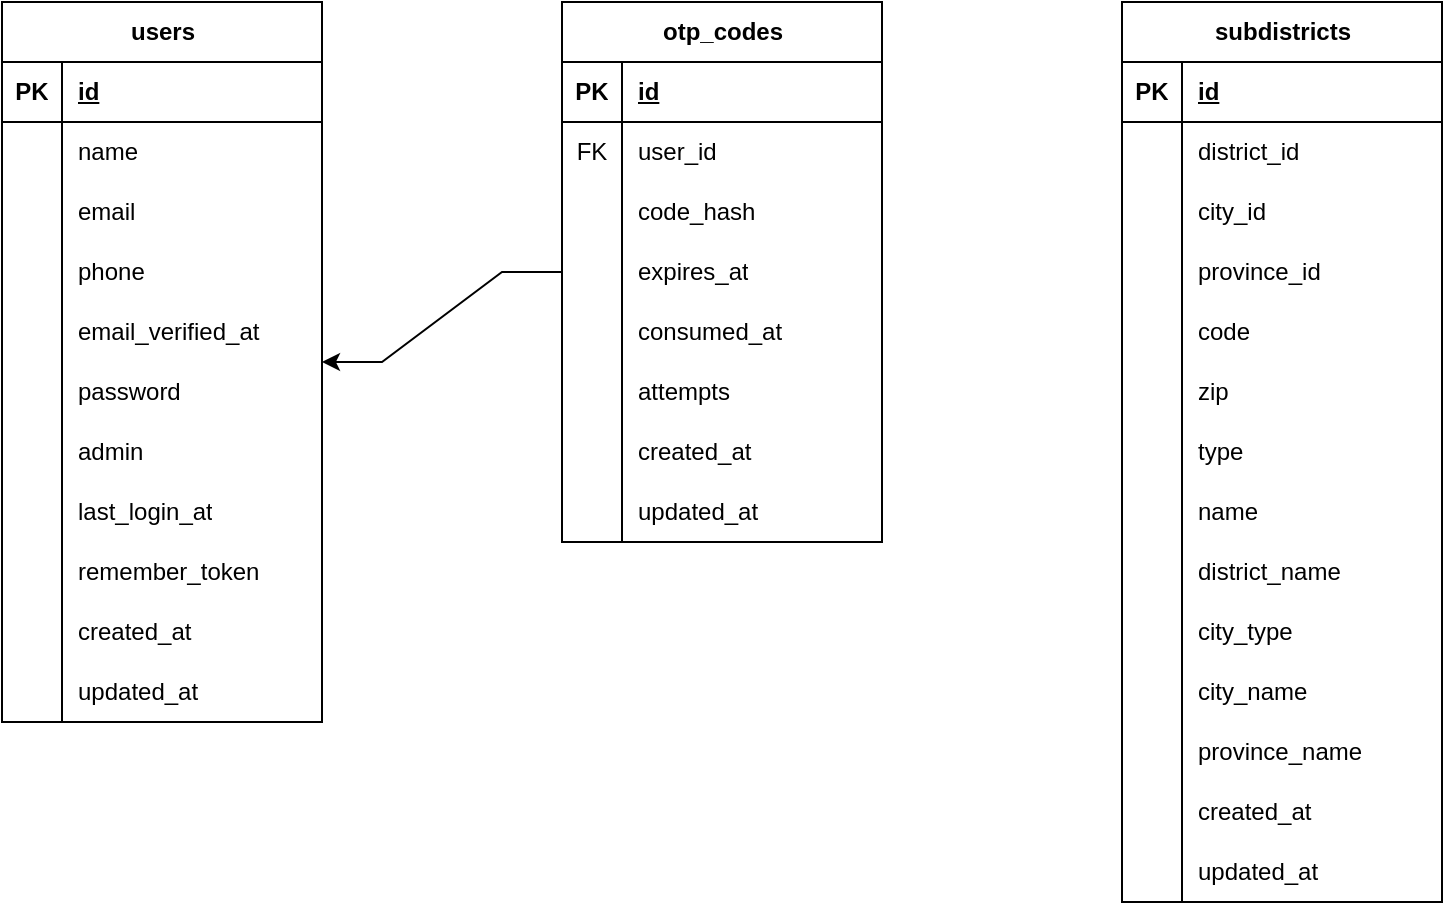
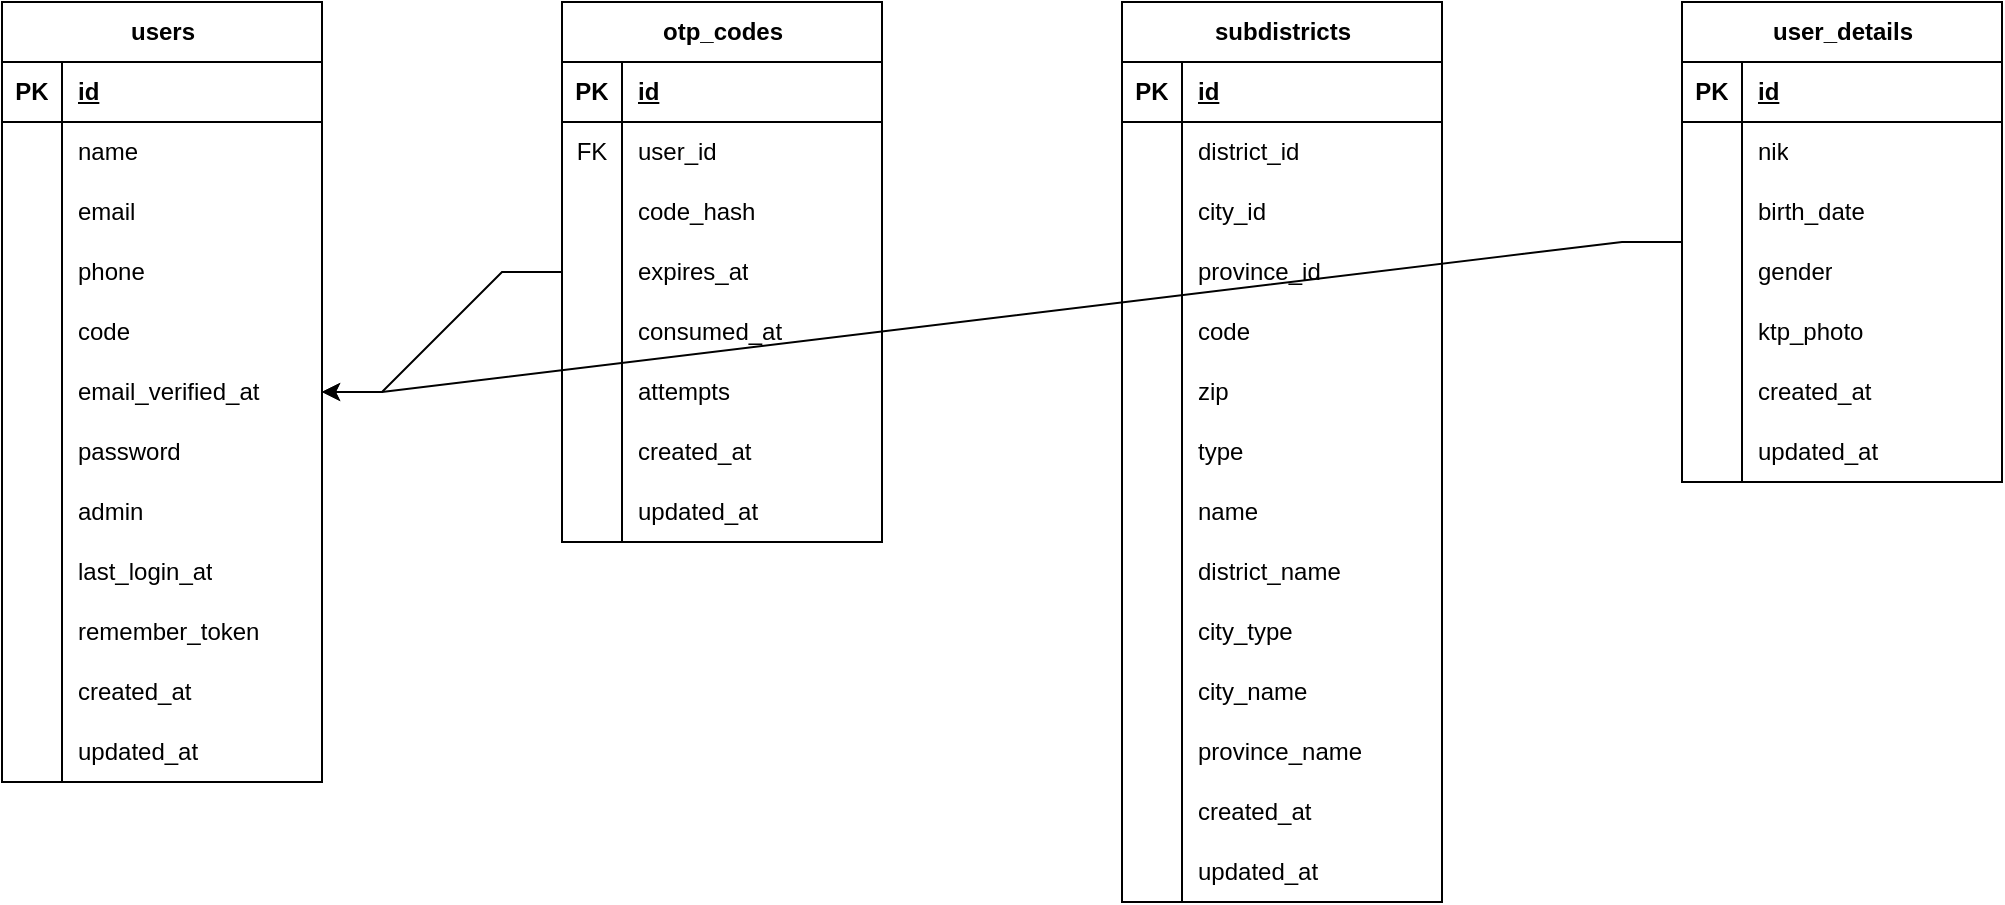
<mxfile host="app.diagrams.net">
  <diagram name="Page-1" id="nexa-database-actual">
    <mxGraphModel dx="3049" dy="1621" grid="1" gridSize="10" guides="1" tooltips="1" connect="1" arrows="1" fold="1" page="1" pageScale="1" pageWidth="1169" pageHeight="827" math="0" shadow="0">
      <root>
        <mxCell id="0" />
        <mxCell id="1" parent="0" />

        <mxCell id="U0" value="users" style="shape=table;startSize=30;container=1;collapsible=1;childLayout=tableLayout;fixedRows=1;rowLines=0;fontStyle=1;align=center;resizeLast=1;html=1;rounded=0;" parent="1" vertex="1">
-           <mxGeometry x="40" y="40" width="160" height="360" as="geometry" />
+           <mxGeometry x="40" y="40" width="160" height="390" as="geometry" />
        </mxCell>
        <mxCell id="U-r1" value="" style="shape=tableRow;horizontal=0;startSize=0;swimlaneHead=0;swimlaneBody=0;fillColor=none;collapsible=0;dropTarget=0;points=[[0,0.5],[1,0.5]];portConstraint=eastwest;top=0;left=0;right=0;bottom=1;rounded=0;" parent="U0" vertex="1">
          <mxGeometry y="30" width="160" height="30" as="geometry" />
        </mxCell>
        <mxCell id="U-r1-k" value="PK" style="shape=partialRectangle;connectable=0;fillColor=none;top=0;left=0;bottom=0;right=0;fontStyle=1;overflow=hidden;whiteSpace=wrap;html=1;rounded=0;" parent="U-r1" vertex="1">
          <mxGeometry width="30" height="30" as="geometry">
            <mxRectangle width="30" height="30" as="alternateBounds" />
          </mxGeometry>
        </mxCell>
        <mxCell id="U-r1-f" value="id" style="shape=partialRectangle;connectable=0;fillColor=none;top=0;left=0;bottom=0;right=0;align=left;spacingLeft=6;fontStyle=5;overflow=hidden;whiteSpace=wrap;html=1;rounded=0;" parent="U-r1" vertex="1">
          <mxGeometry x="30" width="130" height="30" as="geometry">
            <mxRectangle width="130" height="30" as="alternateBounds" />
          </mxGeometry>
        </mxCell>

        <mxCell id="U-r2" value="" style="shape=tableRow;horizontal=0;startSize=0;swimlaneHead=0;swimlaneBody=0;fillColor=none;collapsible=0;dropTarget=0;points=[[0,0.5],[1,0.5]];portConstraint=eastwest;top=0;left=0;right=0;bottom=0;rounded=0;" parent="U0" vertex="1">
          <mxGeometry y="60" width="160" height="30" as="geometry" />
        </mxCell>
        <mxCell id="U-r2-k" value="" style="shape=partialRectangle;connectable=0;fillColor=none;top=0;left=0;bottom=0;right=0;editable=1;overflow=hidden;whiteSpace=wrap;html=1;rounded=0;" parent="U-r2" vertex="1">
          <mxGeometry width="30" height="30" as="geometry">
            <mxRectangle width="30" height="30" as="alternateBounds" />
          </mxGeometry>
        </mxCell>
        <mxCell id="U-r2-f" value="name" style="shape=partialRectangle;connectable=0;fillColor=none;top=0;left=0;bottom=0;right=0;align=left;spacingLeft=6;overflow=hidden;whiteSpace=wrap;html=1;rounded=0;" parent="U-r2" vertex="1">
          <mxGeometry x="30" width="130" height="30" as="geometry">
            <mxRectangle width="130" height="30" as="alternateBounds" />
          </mxGeometry>
        </mxCell>

        <mxCell id="U-r3" value="" style="shape=tableRow;horizontal=0;startSize=0;swimlaneHead=0;swimlaneBody=0;fillColor=none;collapsible=0;dropTarget=0;points=[[0,0.5],[1,0.5]];portConstraint=eastwest;top=0;left=0;right=0;bottom=0;rounded=0;" parent="U0" vertex="1">
          <mxGeometry y="90" width="160" height="30" as="geometry" />
        </mxCell>
        <mxCell id="U-r3-k" value="" style="shape=partialRectangle;connectable=0;fillColor=none;top=0;left=0;bottom=0;right=0;editable=1;overflow=hidden;whiteSpace=wrap;html=1;rounded=0;" parent="U-r3" vertex="1">
          <mxGeometry width="30" height="30" as="geometry">
            <mxRectangle width="30" height="30" as="alternateBounds" />
          </mxGeometry>
        </mxCell>
        <mxCell id="U-r3-f" value="email" style="shape=partialRectangle;connectable=0;fillColor=none;top=0;left=0;bottom=0;right=0;align=left;spacingLeft=6;overflow=hidden;whiteSpace=wrap;html=1;rounded=0;" parent="U-r3" vertex="1">
          <mxGeometry x="30" width="130" height="30" as="geometry">
            <mxRectangle width="130" height="30" as="alternateBounds" />
          </mxGeometry>
        </mxCell>

        <mxCell id="U-r4" value="" style="shape=tableRow;horizontal=0;startSize=0;swimlaneHead=0;swimlaneBody=0;fillColor=none;collapsible=0;dropTarget=0;points=[[0,0.5],[1,0.5]];portConstraint=eastwest;top=0;left=0;right=0;bottom=0;rounded=0;" parent="U0" vertex="1">
          <mxGeometry y="120" width="160" height="30" as="geometry" />
        </mxCell>
        <mxCell id="U-r4-k" value="" style="shape=partialRectangle;connectable=0;fillColor=none;top=0;left=0;bottom=0;right=0;editable=1;overflow=hidden;whiteSpace=wrap;html=1;rounded=0;" parent="U-r4" vertex="1">
          <mxGeometry width="30" height="30" as="geometry">
            <mxRectangle width="30" height="30" as="alternateBounds" />
          </mxGeometry>
        </mxCell>
        <mxCell id="U-r4-f" value="phone" style="shape=partialRectangle;connectable=0;fillColor=none;top=0;left=0;bottom=0;right=0;align=left;spacingLeft=6;overflow=hidden;whiteSpace=wrap;html=1;rounded=0;" parent="U-r4" vertex="1">
          <mxGeometry x="30" width="130" height="30" as="geometry">
            <mxRectangle width="130" height="30" as="alternateBounds" />
          </mxGeometry>
        </mxCell>

-         <mxCell id="U-r5" value="" style="shape=tableRow;horizontal=0;startSize=0;swimlaneHead=0;swimlaneBody=0;fillColor=none;collapsible=0;dropTarget=0;points=[[0,0.5],[1,0.5]];portConstraint=eastwest;top=0;left=0;right=0;bottom=0;rounded=0;" parent="U0" vertex="1">
+                 <mxCell id="U-r5" value="" style="shape=tableRow;horizontal=0;startSize=0;swimlaneHead=0;swimlaneBody=0;fillColor=none;collapsible=0;dropTarget=0;points=[[0,0.5],[1,0.5]];portConstraint=eastwest;top=0;left=0;right=0;bottom=0;rounded=0;" parent="U0" vertex="1">
          <mxGeometry y="150" width="160" height="30" as="geometry" />
        </mxCell>
        <mxCell id="U-r5-k" value="" style="shape=partialRectangle;connectable=0;fillColor=none;top=0;left=0;bottom=0;right=0;editable=1;overflow=hidden;whiteSpace=wrap;html=1;rounded=0;" parent="U-r5" vertex="1">
          <mxGeometry width="30" height="30" as="geometry">
            <mxRectangle width="30" height="30" as="alternateBounds" />
          </mxGeometry>
        </mxCell>
-         <mxCell id="U-r5-f" value="email_verified_at" style="shape=partialRectangle;connectable=0;fillColor=none;top=0;left=0;bottom=0;right=0;align=left;spacingLeft=6;overflow=hidden;whiteSpace=wrap;html=1;rounded=0;" parent="U-r5" vertex="1">
+         <mxCell id="U-r5-f" value="code" style="shape=partialRectangle;connectable=0;fillColor=none;top=0;left=0;bottom=0;right=0;align=left;spacingLeft=6;overflow=hidden;whiteSpace=wrap;html=1;rounded=0;" parent="U-r5" vertex="1">
          <mxGeometry x="30" width="130" height="30" as="geometry">
            <mxRectangle width="130" height="30" as="alternateBounds" />
          </mxGeometry>
        </mxCell>

        <mxCell id="U-r6" value="" style="shape=tableRow;horizontal=0;startSize=0;swimlaneHead=0;swimlaneBody=0;fillColor=none;collapsible=0;dropTarget=0;points=[[0,0.5],[1,0.5]];portConstraint=eastwest;top=0;left=0;right=0;bottom=0;rounded=0;" parent="U0" vertex="1">
          <mxGeometry y="180" width="160" height="30" as="geometry" />
        </mxCell>
        <mxCell id="U-r6-k" value="" style="shape=partialRectangle;connectable=0;fillColor=none;top=0;left=0;bottom=0;right=0;editable=1;overflow=hidden;whiteSpace=wrap;html=1;rounded=0;" parent="U-r6" vertex="1">
          <mxGeometry width="30" height="30" as="geometry">
            <mxRectangle width="30" height="30" as="alternateBounds" />
          </mxGeometry>
        </mxCell>
-         <mxCell id="U-r6-f" value="password" style="shape=partialRectangle;connectable=0;fillColor=none;top=0;left=0;bottom=0;right=0;align=left;spacingLeft=6;overflow=hidden;whiteSpace=wrap;html=1;rounded=0;" parent="U-r6" vertex="1">
+         <mxCell id="U-r6-f" value="email_verified_at" style="shape=partialRectangle;connectable=0;fillColor=none;top=0;left=0;bottom=0;right=0;align=left;spacingLeft=6;overflow=hidden;whiteSpace=wrap;html=1;rounded=0;" parent="U-r6" vertex="1">
          <mxGeometry x="30" width="130" height="30" as="geometry">
            <mxRectangle width="130" height="30" as="alternateBounds" />
          </mxGeometry>
        </mxCell>

        <mxCell id="U-r7" value="" style="shape=tableRow;horizontal=0;startSize=0;swimlaneHead=0;swimlaneBody=0;fillColor=none;collapsible=0;dropTarget=0;points=[[0,0.5],[1,0.5]];portConstraint=eastwest;top=0;left=0;right=0;bottom=0;rounded=0;" parent="U0" vertex="1">
          <mxGeometry y="210" width="160" height="30" as="geometry" />
        </mxCell>
        <mxCell id="U-r7-k" value="" style="shape=partialRectangle;connectable=0;fillColor=none;top=0;left=0;bottom=0;right=0;editable=1;overflow=hidden;whiteSpace=wrap;html=1;rounded=0;" parent="U-r7" vertex="1">
          <mxGeometry width="30" height="30" as="geometry">
            <mxRectangle width="30" height="30" as="alternateBounds" />
          </mxGeometry>
        </mxCell>
-         <mxCell id="U-r7-f" value="admin" style="shape=partialRectangle;connectable=0;fillColor=none;top=0;left=0;bottom=0;right=0;align=left;spacingLeft=6;overflow=hidden;whiteSpace=wrap;html=1;rounded=0;" parent="U-r7" vertex="1">
+         <mxCell id="U-r7-f" value="password" style="shape=partialRectangle;connectable=0;fillColor=none;top=0;left=0;bottom=0;right=0;align=left;spacingLeft=6;overflow=hidden;whiteSpace=wrap;html=1;rounded=0;" parent="U-r7" vertex="1">
          <mxGeometry x="30" width="130" height="30" as="geometry">
            <mxRectangle width="130" height="30" as="alternateBounds" />
          </mxGeometry>
        </mxCell>

        <mxCell id="U-r8" value="" style="shape=tableRow;horizontal=0;startSize=0;swimlaneHead=0;swimlaneBody=0;fillColor=none;collapsible=0;dropTarget=0;points=[[0,0.5],[1,0.5]];portConstraint=eastwest;top=0;left=0;right=0;bottom=0;rounded=0;" parent="U0" vertex="1">
          <mxGeometry y="240" width="160" height="30" as="geometry" />
        </mxCell>
        <mxCell id="U-r8-k" value="" style="shape=partialRectangle;connectable=0;fillColor=none;top=0;left=0;bottom=0;right=0;editable=1;overflow=hidden;whiteSpace=wrap;html=1;rounded=0;" parent="U-r8" vertex="1">
          <mxGeometry width="30" height="30" as="geometry">
            <mxRectangle width="30" height="30" as="alternateBounds" />
          </mxGeometry>
        </mxCell>
-         <mxCell id="U-r8-f" value="last_login_at" style="shape=partialRectangle;connectable=0;fillColor=none;top=0;left=0;bottom=0;right=0;align=left;spacingLeft=6;overflow=hidden;whiteSpace=wrap;html=1;rounded=0;" parent="U-r8" vertex="1">
+         <mxCell id="U-r8-f" value="admin" style="shape=partialRectangle;connectable=0;fillColor=none;top=0;left=0;bottom=0;right=0;align=left;spacingLeft=6;overflow=hidden;whiteSpace=wrap;html=1;rounded=0;" parent="U-r8" vertex="1">
          <mxGeometry x="30" width="130" height="30" as="geometry">
            <mxRectangle width="130" height="30" as="alternateBounds" />
          </mxGeometry>
        </mxCell>

        <mxCell id="U-r9" value="" style="shape=tableRow;horizontal=0;startSize=0;swimlaneHead=0;swimlaneBody=0;fillColor=none;collapsible=0;dropTarget=0;points=[[0,0.5],[1,0.5]];portConstraint=eastwest;top=0;left=0;right=0;bottom=0;rounded=0;" parent="U0" vertex="1">
          <mxGeometry y="270" width="160" height="30" as="geometry" />
        </mxCell>
        <mxCell id="U-r9-k" value="" style="shape=partialRectangle;connectable=0;fillColor=none;top=0;left=0;bottom=0;right=0;editable=1;overflow=hidden;whiteSpace=wrap;html=1;rounded=0;" parent="U-r9" vertex="1">
          <mxGeometry width="30" height="30" as="geometry">
            <mxRectangle width="30" height="30" as="alternateBounds" />
          </mxGeometry>
        </mxCell>
-         <mxCell id="U-r9-f" value="remember_token" style="shape=partialRectangle;connectable=0;fillColor=none;top=0;left=0;bottom=0;right=0;align=left;spacingLeft=6;overflow=hidden;whiteSpace=wrap;html=1;rounded=0;" parent="U-r9" vertex="1">
+         <mxCell id="U-r9-f" value="last_login_at" style="shape=partialRectangle;connectable=0;fillColor=none;top=0;left=0;bottom=0;right=0;align=left;spacingLeft=6;overflow=hidden;whiteSpace=wrap;html=1;rounded=0;" parent="U-r9" vertex="1">
          <mxGeometry x="30" width="130" height="30" as="geometry">
            <mxRectangle width="130" height="30" as="alternateBounds" />
          </mxGeometry>
        </mxCell>

        <mxCell id="U-r10" value="" style="shape=tableRow;horizontal=0;startSize=0;swimlaneHead=0;swimlaneBody=0;fillColor=none;collapsible=0;dropTarget=0;points=[[0,0.5],[1,0.5]];portConstraint=eastwest;top=0;left=0;right=0;bottom=0;rounded=0;" parent="U0" vertex="1">
          <mxGeometry y="300" width="160" height="30" as="geometry" />
        </mxCell>
        <mxCell id="U-r10-k" value="" style="shape=partialRectangle;connectable=0;fillColor=none;top=0;left=0;bottom=0;right=0;editable=1;overflow=hidden;whiteSpace=wrap;html=1;rounded=0;" parent="U-r10" vertex="1">
          <mxGeometry width="30" height="30" as="geometry">
            <mxRectangle width="30" height="30" as="alternateBounds" />
          </mxGeometry>
        </mxCell>
-         <mxCell id="U-r10-f" value="created_at" style="shape=partialRectangle;connectable=0;fillColor=none;top=0;left=0;bottom=0;right=0;align=left;spacingLeft=6;overflow=hidden;whiteSpace=wrap;html=1;rounded=0;" parent="U-r10" vertex="1">
+         <mxCell id="U-r10-f" value="remember_token" style="shape=partialRectangle;connectable=0;fillColor=none;top=0;left=0;bottom=0;right=0;align=left;spacingLeft=6;overflow=hidden;whiteSpace=wrap;html=1;rounded=0;" parent="U-r10" vertex="1">
          <mxGeometry x="30" width="130" height="30" as="geometry">
            <mxRectangle width="130" height="30" as="alternateBounds" />
          </mxGeometry>
        </mxCell>

        <mxCell id="U-r11" value="" style="shape=tableRow;horizontal=0;startSize=0;swimlaneHead=0;swimlaneBody=0;fillColor=none;collapsible=0;dropTarget=0;points=[[0,0.5],[1,0.5]];portConstraint=eastwest;top=0;left=0;right=0;bottom=0;rounded=0;" parent="U0" vertex="1">
          <mxGeometry y="330" width="160" height="30" as="geometry" />
        </mxCell>
        <mxCell id="U-r11-k" value="" style="shape=partialRectangle;connectable=0;fillColor=none;top=0;left=0;bottom=0;right=0;editable=1;overflow=hidden;whiteSpace=wrap;html=1;rounded=0;" parent="U-r11" vertex="1">
          <mxGeometry width="30" height="30" as="geometry">
            <mxRectangle width="30" height="30" as="alternateBounds" />
          </mxGeometry>
        </mxCell>
-         <mxCell id="U-r11-f" value="updated_at" style="shape=partialRectangle;connectable=0;fillColor=none;top=0;left=0;bottom=0;right=0;align=left;spacingLeft=6;overflow=hidden;whiteSpace=wrap;html=1;rounded=0;" parent="U-r11" vertex="1">
+         <mxCell id="U-r11-f" value="created_at" style="shape=partialRectangle;connectable=0;fillColor=none;top=0;left=0;bottom=0;right=0;align=left;spacingLeft=6;overflow=hidden;whiteSpace=wrap;html=1;rounded=0;" parent="U-r11" vertex="1">
+           <mxGeometry x="30" width="130" height="30" as="geometry">
+             <mxRectangle width="130" height="30" as="alternateBounds" />
+           </mxGeometry>
+         </mxCell>
+ 
+         <mxCell id="U-r12" value="" style="shape=tableRow;horizontal=0;startSize=0;swimlaneHead=0;swimlaneBody=0;fillColor=none;collapsible=0;dropTarget=0;points=[[0,0.5],[1,0.5]];portConstraint=eastwest;top=0;left=0;right=0;bottom=0;rounded=0;" parent="U0" vertex="1">
+           <mxGeometry y="360" width="160" height="30" as="geometry" />
+         </mxCell>
+         <mxCell id="U-r12-k" value="" style="shape=partialRectangle;connectable=0;fillColor=none;top=0;left=0;bottom=0;right=0;editable=1;overflow=hidden;whiteSpace=wrap;html=1;rounded=0;" parent="U-r12" vertex="1">
+           <mxGeometry width="30" height="30" as="geometry">
+             <mxRectangle width="30" height="30" as="alternateBounds" />
+           </mxGeometry>
+         </mxCell>
+         <mxCell id="U-r12-f" value="updated_at" style="shape=partialRectangle;connectable=0;fillColor=none;top=0;left=0;bottom=0;right=0;align=left;spacingLeft=6;overflow=hidden;whiteSpace=wrap;html=1;rounded=0;" parent="U-r12" vertex="1">
          <mxGeometry x="30" width="130" height="30" as="geometry">
            <mxRectangle width="130" height="30" as="alternateBounds" />
          </mxGeometry>
        </mxCell>

        <mxCell id="O0" value="otp_codes" style="shape=table;startSize=30;container=1;collapsible=1;childLayout=tableLayout;fixedRows=1;rowLines=0;fontStyle=1;align=center;resizeLast=1;html=1;rounded=0;" parent="1" vertex="1">
          <mxGeometry x="320" y="40" width="160" height="270" as="geometry" />
        </mxCell>
        <mxCell id="O-r1" value="" style="shape=tableRow;horizontal=0;startSize=0;swimlaneHead=0;swimlaneBody=0;fillColor=none;collapsible=0;dropTarget=0;points=[[0,0.5],[1,0.5]];portConstraint=eastwest;top=0;left=0;right=0;bottom=1;rounded=0;" parent="O0" vertex="1">
          <mxGeometry y="30" width="160" height="30" as="geometry" />
        </mxCell>
        <mxCell id="O-r1-k" value="PK" style="shape=partialRectangle;connectable=0;fillColor=none;top=0;left=0;bottom=0;right=0;fontStyle=1;overflow=hidden;whiteSpace=wrap;html=1;rounded=0;" parent="O-r1" vertex="1">
          <mxGeometry width="30" height="30" as="geometry">
            <mxRectangle width="30" height="30" as="alternateBounds" />
          </mxGeometry>
        </mxCell>
        <mxCell id="O-r1-f" value="id" style="shape=partialRectangle;connectable=0;fillColor=none;top=0;left=0;bottom=0;right=0;align=left;spacingLeft=6;fontStyle=5;overflow=hidden;whiteSpace=wrap;html=1;rounded=0;" parent="O-r1" vertex="1">
          <mxGeometry x="30" width="130" height="30" as="geometry">
            <mxRectangle width="130" height="30" as="alternateBounds" />
          </mxGeometry>
        </mxCell>

        <mxCell id="O-r2" value="" style="shape=tableRow;horizontal=0;startSize=0;swimlaneHead=0;swimlaneBody=0;fillColor=none;collapsible=0;dropTarget=0;points=[[0,0.5],[1,0.5]];portConstraint=eastwest;top=0;left=0;right=0;bottom=0;rounded=0;" parent="O0" vertex="1">
          <mxGeometry y="60" width="160" height="30" as="geometry" />
        </mxCell>
        <mxCell id="O-r2-k" value="FK" style="shape=partialRectangle;connectable=0;fillColor=none;top=0;left=0;bottom=0;right=0;editable=1;overflow=hidden;whiteSpace=wrap;html=1;rounded=0;" parent="O-r2" vertex="1">
          <mxGeometry width="30" height="30" as="geometry">
            <mxRectangle width="30" height="30" as="alternateBounds" />
          </mxGeometry>
        </mxCell>
        <mxCell id="O-r2-f" value="user_id" style="shape=partialRectangle;connectable=0;fillColor=none;top=0;left=0;bottom=0;right=0;align=left;spacingLeft=6;overflow=hidden;whiteSpace=wrap;html=1;rounded=0;" parent="O-r2" vertex="1">
          <mxGeometry x="30" width="130" height="30" as="geometry">
            <mxRectangle width="130" height="30" as="alternateBounds" />
          </mxGeometry>
        </mxCell>

        <mxCell id="O-r3" value="" style="shape=tableRow;horizontal=0;startSize=0;swimlaneHead=0;swimlaneBody=0;fillColor=none;collapsible=0;dropTarget=0;points=[[0,0.5],[1,0.5]];portConstraint=eastwest;top=0;left=0;right=0;bottom=0;rounded=0;" parent="O0" vertex="1">
          <mxGeometry y="90" width="160" height="30" as="geometry" />
        </mxCell>
        <mxCell id="O-r3-k" value="" style="shape=partialRectangle;connectable=0;fillColor=none;top=0;left=0;bottom=0;right=0;editable=1;overflow=hidden;whiteSpace=wrap;html=1;rounded=0;" parent="O-r3" vertex="1">
          <mxGeometry width="30" height="30" as="geometry">
            <mxRectangle width="30" height="30" as="alternateBounds" />
          </mxGeometry>
        </mxCell>
        <mxCell id="O-r3-f" value="code_hash" style="shape=partialRectangle;connectable=0;fillColor=none;top=0;left=0;bottom=0;right=0;align=left;spacingLeft=6;overflow=hidden;whiteSpace=wrap;html=1;rounded=0;" parent="O-r3" vertex="1">
          <mxGeometry x="30" width="130" height="30" as="geometry">
            <mxRectangle width="130" height="30" as="alternateBounds" />
          </mxGeometry>
        </mxCell>

        <mxCell id="O-r4" value="" style="shape=tableRow;horizontal=0;startSize=0;swimlaneHead=0;swimlaneBody=0;fillColor=none;collapsible=0;dropTarget=0;points=[[0,0.5],[1,0.5]];portConstraint=eastwest;top=0;left=0;right=0;bottom=0;rounded=0;" parent="O0" vertex="1">
          <mxGeometry y="120" width="160" height="30" as="geometry" />
        </mxCell>
        <mxCell id="O-r4-k" value="" style="shape=partialRectangle;connectable=0;fillColor=none;top=0;left=0;bottom=0;right=0;editable=1;overflow=hidden;whiteSpace=wrap;html=1;rounded=0;" parent="O-r4" vertex="1">
          <mxGeometry width="30" height="30" as="geometry">
            <mxRectangle width="30" height="30" as="alternateBounds" />
          </mxGeometry>
        </mxCell>
        <mxCell id="O-r4-f" value="expires_at" style="shape=partialRectangle;connectable=0;fillColor=none;top=0;left=0;bottom=0;right=0;align=left;spacingLeft=6;overflow=hidden;whiteSpace=wrap;html=1;rounded=0;" parent="O-r4" vertex="1">
          <mxGeometry x="30" width="130" height="30" as="geometry">
            <mxRectangle width="130" height="30" as="alternateBounds" />
          </mxGeometry>
        </mxCell>

        <mxCell id="O-r5" value="" style="shape=tableRow;horizontal=0;startSize=0;swimlaneHead=0;swimlaneBody=0;fillColor=none;collapsible=0;dropTarget=0;points=[[0,0.5],[1,0.5]];portConstraint=eastwest;top=0;left=0;right=0;bottom=0;rounded=0;" parent="O0" vertex="1">
          <mxGeometry y="150" width="160" height="30" as="geometry" />
        </mxCell>
        <mxCell id="O-r5-k" value="" style="shape=partialRectangle;connectable=0;fillColor=none;top=0;left=0;bottom=0;right=0;editable=1;overflow=hidden;whiteSpace=wrap;html=1;rounded=0;" parent="O-r5" vertex="1">
          <mxGeometry width="30" height="30" as="geometry">
            <mxRectangle width="30" height="30" as="alternateBounds" />
          </mxGeometry>
        </mxCell>
        <mxCell id="O-r5-f" value="consumed_at" style="shape=partialRectangle;connectable=0;fillColor=none;top=0;left=0;bottom=0;right=0;align=left;spacingLeft=6;overflow=hidden;whiteSpace=wrap;html=1;rounded=0;" parent="O-r5" vertex="1">
          <mxGeometry x="30" width="130" height="30" as="geometry">
            <mxRectangle width="130" height="30" as="alternateBounds" />
          </mxGeometry>
        </mxCell>

        <mxCell id="O-r6" value="" style="shape=tableRow;horizontal=0;startSize=0;swimlaneHead=0;swimlaneBody=0;fillColor=none;collapsible=0;dropTarget=0;points=[[0,0.5],[1,0.5]];portConstraint=eastwest;top=0;left=0;right=0;bottom=0;rounded=0;" parent="O0" vertex="1">
          <mxGeometry y="180" width="160" height="30" as="geometry" />
        </mxCell>
        <mxCell id="O-r6-k" value="" style="shape=partialRectangle;connectable=0;fillColor=none;top=0;left=0;bottom=0;right=0;editable=1;overflow=hidden;whiteSpace=wrap;html=1;rounded=0;" parent="O-r6" vertex="1">
          <mxGeometry width="30" height="30" as="geometry">
            <mxRectangle width="30" height="30" as="alternateBounds" />
          </mxGeometry>
        </mxCell>
        <mxCell id="O-r6-f" value="attempts" style="shape=partialRectangle;connectable=0;fillColor=none;top=0;left=0;bottom=0;right=0;align=left;spacingLeft=6;overflow=hidden;whiteSpace=wrap;html=1;rounded=0;" parent="O-r6" vertex="1">
          <mxGeometry x="30" width="130" height="30" as="geometry">
            <mxRectangle width="130" height="30" as="alternateBounds" />
          </mxGeometry>
        </mxCell>

        <mxCell id="O-r7" value="" style="shape=tableRow;horizontal=0;startSize=0;swimlaneHead=0;swimlaneBody=0;fillColor=none;collapsible=0;dropTarget=0;points=[[0,0.5],[1,0.5]];portConstraint=eastwest;top=0;left=0;right=0;bottom=0;rounded=0;" parent="O0" vertex="1">
          <mxGeometry y="210" width="160" height="30" as="geometry" />
        </mxCell>
        <mxCell id="O-r7-k" value="" style="shape=partialRectangle;connectable=0;fillColor=none;top=0;left=0;bottom=0;right=0;editable=1;overflow=hidden;whiteSpace=wrap;html=1;rounded=0;" parent="O-r7" vertex="1">
          <mxGeometry width="30" height="30" as="geometry">
            <mxRectangle width="30" height="30" as="alternateBounds" />
          </mxGeometry>
        </mxCell>
        <mxCell id="O-r7-f" value="created_at" style="shape=partialRectangle;connectable=0;fillColor=none;top=0;left=0;bottom=0;right=0;align=left;spacingLeft=6;overflow=hidden;whiteSpace=wrap;html=1;rounded=0;" parent="O-r7" vertex="1">
          <mxGeometry x="30" width="130" height="30" as="geometry">
            <mxRectangle width="130" height="30" as="alternateBounds" />
          </mxGeometry>
        </mxCell>

        <mxCell id="O-r8" value="" style="shape=tableRow;horizontal=0;startSize=0;swimlaneHead=0;swimlaneBody=0;fillColor=none;collapsible=0;dropTarget=0;points=[[0,0.5],[1,0.5]];portConstraint=eastwest;top=0;left=0;right=0;bottom=0;rounded=0;" parent="O0" vertex="1">
          <mxGeometry y="240" width="160" height="30" as="geometry" />
        </mxCell>
        <mxCell id="O-r8-k" value="" style="shape=partialRectangle;connectable=0;fillColor=none;top=0;left=0;bottom=0;right=0;editable=1;overflow=hidden;whiteSpace=wrap;html=1;rounded=0;" parent="O-r8" vertex="1">
          <mxGeometry width="30" height="30" as="geometry">
            <mxRectangle width="30" height="30" as="alternateBounds" />
          </mxGeometry>
        </mxCell>
        <mxCell id="O-r8-f" value="updated_at" style="shape=partialRectangle;connectable=0;fillColor=none;top=0;left=0;bottom=0;right=0;align=left;spacingLeft=6;overflow=hidden;whiteSpace=wrap;html=1;rounded=0;" parent="O-r8" vertex="1">
          <mxGeometry x="30" width="130" height="30" as="geometry">
            <mxRectangle width="130" height="30" as="alternateBounds" />
          </mxGeometry>
        </mxCell>

        <mxCell id="E1" style="edgeStyle=entityRelationEdgeStyle;rounded=0;orthogonalLoop=1;jettySize=auto;html=1;" parent="1" source="O0" target="U0" edge="1">
          <mxGeometry relative="1" as="geometry" />
        </mxCell>

        <mxCell id="S0" value="subdistricts" style="shape=table;startSize=30;container=1;collapsible=1;childLayout=tableLayout;fixedRows=1;rowLines=0;fontStyle=1;align=center;resizeLast=1;html=1;rounded=0;" parent="1" vertex="1">
          <mxGeometry x="600" y="40" width="160" height="450" as="geometry" />
        </mxCell>
        <mxCell id="S-r1" value="" style="shape=tableRow;horizontal=0;startSize=0;swimlaneHead=0;swimlaneBody=0;fillColor=none;collapsible=0;dropTarget=0;points=[[0,0.5],[1,0.5]];portConstraint=eastwest;top=0;left=0;right=0;bottom=1;rounded=0;" parent="S0" vertex="1">
          <mxGeometry y="30" width="160" height="30" as="geometry" />
        </mxCell>
        <mxCell id="S-r1-k" value="PK" style="shape=partialRectangle;connectable=0;fillColor=none;top=0;left=0;bottom=0;right=0;fontStyle=1;overflow=hidden;whiteSpace=wrap;html=1;rounded=0;" parent="S-r1" vertex="1">
          <mxGeometry width="30" height="30" as="geometry">
            <mxRectangle width="30" height="30" as="alternateBounds" />
          </mxGeometry>
        </mxCell>
        <mxCell id="S-r1-f" value="id" style="shape=partialRectangle;connectable=0;fillColor=none;top=0;left=0;bottom=0;right=0;align=left;spacingLeft=6;fontStyle=5;overflow=hidden;whiteSpace=wrap;html=1;rounded=0;" parent="S-r1" vertex="1">
          <mxGeometry x="30" width="130" height="30" as="geometry">
            <mxRectangle width="130" height="30" as="alternateBounds" />
          </mxGeometry>
        </mxCell>

        <mxCell id="S-r2" value="" style="shape=tableRow;horizontal=0;startSize=0;swimlaneHead=0;swimlaneBody=0;fillColor=none;collapsible=0;dropTarget=0;points=[[0,0.5],[1,0.5]];portConstraint=eastwest;top=0;left=0;right=0;bottom=0;rounded=0;" parent="S0" vertex="1">
          <mxGeometry y="60" width="160" height="30" as="geometry" />
        </mxCell>
        <mxCell id="S-r2-k" value="" style="shape=partialRectangle;connectable=0;fillColor=none;top=0;left=0;bottom=0;right=0;editable=1;overflow=hidden;whiteSpace=wrap;html=1;rounded=0;" parent="S-r2" vertex="1">
          <mxGeometry width="30" height="30" as="geometry">
            <mxRectangle width="30" height="30" as="alternateBounds" />
          </mxGeometry>
        </mxCell>
        <mxCell id="S-r2-f" value="district_id" style="shape=partialRectangle;connectable=0;fillColor=none;top=0;left=0;bottom=0;right=0;align=left;spacingLeft=6;overflow=hidden;whiteSpace=wrap;html=1;rounded=0;" parent="S-r2" vertex="1">
          <mxGeometry x="30" width="130" height="30" as="geometry">
            <mxRectangle width="130" height="30" as="alternateBounds" />
          </mxGeometry>
        </mxCell>

        <mxCell id="S-r3" value="" style="shape=tableRow;horizontal=0;startSize=0;swimlaneHead=0;swimlaneBody=0;fillColor=none;collapsible=0;dropTarget=0;points=[[0,0.5],[1,0.5]];portConstraint=eastwest;top=0;left=0;right=0;bottom=0;rounded=0;" parent="S0" vertex="1">
          <mxGeometry y="90" width="160" height="30" as="geometry" />
        </mxCell>
        <mxCell id="S-r3-k" value="" style="shape=partialRectangle;connectable=0;fillColor=none;top=0;left=0;bottom=0;right=0;editable=1;overflow=hidden;whiteSpace=wrap;html=1;rounded=0;" parent="S-r3" vertex="1">
          <mxGeometry width="30" height="30" as="geometry">
            <mxRectangle width="30" height="30" as="alternateBounds" />
          </mxGeometry>
        </mxCell>
        <mxCell id="S-r3-f" value="city_id" style="shape=partialRectangle;connectable=0;fillColor=none;top=0;left=0;bottom=0;right=0;align=left;spacingLeft=6;overflow=hidden;whiteSpace=wrap;html=1;rounded=0;" parent="S-r3" vertex="1">
          <mxGeometry x="30" width="130" height="30" as="geometry">
            <mxRectangle width="130" height="30" as="alternateBounds" />
          </mxGeometry>
        </mxCell>

        <mxCell id="S-r4" value="" style="shape=tableRow;horizontal=0;startSize=0;swimlaneHead=0;swimlaneBody=0;fillColor=none;collapsible=0;dropTarget=0;points=[[0,0.5],[1,0.5]];portConstraint=eastwest;top=0;left=0;right=0;bottom=0;rounded=0;" parent="S0" vertex="1">
          <mxGeometry y="120" width="160" height="30" as="geometry" />
        </mxCell>
        <mxCell id="S-r4-k" value="" style="shape=partialRectangle;connectable=0;fillColor=none;top=0;left=0;bottom=0;right=0;editable=1;overflow=hidden;whiteSpace=wrap;html=1;rounded=0;" parent="S-r4" vertex="1">
          <mxGeometry width="30" height="30" as="geometry">
            <mxRectangle width="30" height="30" as="alternateBounds" />
          </mxGeometry>
        </mxCell>
        <mxCell id="S-r4-f" value="province_id" style="shape=partialRectangle;connectable=0;fillColor=none;top=0;left=0;bottom=0;right=0;align=left;spacingLeft=6;overflow=hidden;whiteSpace=wrap;html=1;rounded=0;" parent="S-r4" vertex="1">
          <mxGeometry x="30" width="130" height="30" as="geometry">
            <mxRectangle width="130" height="30" as="alternateBounds" />
          </mxGeometry>
        </mxCell>

        <mxCell id="S-r5" value="" style="shape=tableRow;horizontal=0;startSize=0;swimlaneHead=0;swimlaneBody=0;fillColor=none;collapsible=0;dropTarget=0;points=[[0,0.5],[1,0.5]];portConstraint=eastwest;top=0;left=0;right=0;bottom=0;rounded=0;" parent="S0" vertex="1">
          <mxGeometry y="150" width="160" height="30" as="geometry" />
        </mxCell>
        <mxCell id="S-r5-k" value="" style="shape=partialRectangle;connectable=0;fillColor=none;top=0;left=0;bottom=0;right=0;editable=1;overflow=hidden;whiteSpace=wrap;html=1;rounded=0;" parent="S-r5" vertex="1">
          <mxGeometry width="30" height="30" as="geometry">
            <mxRectangle width="30" height="30" as="alternateBounds" />
          </mxGeometry>
        </mxCell>
        <mxCell id="S-r5-f" value="code" style="shape=partialRectangle;connectable=0;fillColor=none;top=0;left=0;bottom=0;right=0;align=left;spacingLeft=6;overflow=hidden;whiteSpace=wrap;html=1;rounded=0;" parent="S-r5" vertex="1">
          <mxGeometry x="30" width="130" height="30" as="geometry">
            <mxRectangle width="130" height="30" as="alternateBounds" />
          </mxGeometry>
        </mxCell>

        <mxCell id="S-r6" value="" style="shape=tableRow;horizontal=0;startSize=0;swimlaneHead=0;swimlaneBody=0;fillColor=none;collapsible=0;dropTarget=0;points=[[0,0.5],[1,0.5]];portConstraint=eastwest;top=0;left=0;right=0;bottom=0;rounded=0;" parent="S0" vertex="1">
          <mxGeometry y="180" width="160" height="30" as="geometry" />
        </mxCell>
        <mxCell id="S-r6-k" value="" style="shape=partialRectangle;connectable=0;fillColor=none;top=0;left=0;bottom=0;right=0;editable=1;overflow=hidden;whiteSpace=wrap;html=1;rounded=0;" parent="S-r6" vertex="1">
          <mxGeometry width="30" height="30" as="geometry">
            <mxRectangle width="30" height="30" as="alternateBounds" />
          </mxGeometry>
        </mxCell>
        <mxCell id="S-r6-f" value="zip" style="shape=partialRectangle;connectable=0;fillColor=none;top=0;left=0;bottom=0;right=0;align=left;spacingLeft=6;overflow=hidden;whiteSpace=wrap;html=1;rounded=0;" parent="S-r6" vertex="1">
          <mxGeometry x="30" width="130" height="30" as="geometry">
            <mxRectangle width="130" height="30" as="alternateBounds" />
          </mxGeometry>
        </mxCell>

        <mxCell id="S-r7" value="" style="shape=tableRow;horizontal=0;startSize=0;swimlaneHead=0;swimlaneBody=0;fillColor=none;collapsible=0;dropTarget=0;points=[[0,0.5],[1,0.5]];portConstraint=eastwest;top=0;left=0;right=0;bottom=0;rounded=0;" parent="S0" vertex="1">
          <mxGeometry y="210" width="160" height="30" as="geometry" />
        </mxCell>
        <mxCell id="S-r7-k" value="" style="shape=partialRectangle;connectable=0;fillColor=none;top=0;left=0;bottom=0;right=0;editable=1;overflow=hidden;whiteSpace=wrap;html=1;rounded=0;" parent="S-r7" vertex="1">
          <mxGeometry width="30" height="30" as="geometry">
            <mxRectangle width="30" height="30" as="alternateBounds" />
          </mxGeometry>
        </mxCell>
        <mxCell id="S-r7-f" value="type" style="shape=partialRectangle;connectable=0;fillColor=none;top=0;left=0;bottom=0;right=0;align=left;spacingLeft=6;overflow=hidden;whiteSpace=wrap;html=1;rounded=0;" parent="S-r7" vertex="1">
          <mxGeometry x="30" width="130" height="30" as="geometry">
            <mxRectangle width="130" height="30" as="alternateBounds" />
          </mxGeometry>
        </mxCell>

        <mxCell id="S-r8" value="" style="shape=tableRow;horizontal=0;startSize=0;swimlaneHead=0;swimlaneBody=0;fillColor=none;collapsible=0;dropTarget=0;points=[[0,0.5],[1,0.5]];portConstraint=eastwest;top=0;left=0;right=0;bottom=0;rounded=0;" parent="S0" vertex="1">
          <mxGeometry y="240" width="160" height="30" as="geometry" />
        </mxCell>
        <mxCell id="S-r8-k" value="" style="shape=partialRectangle;connectable=0;fillColor=none;top=0;left=0;bottom=0;right=0;editable=1;overflow=hidden;whiteSpace=wrap;html=1;rounded=0;" parent="S-r8" vertex="1">
          <mxGeometry width="30" height="30" as="geometry">
            <mxRectangle width="30" height="30" as="alternateBounds" />
          </mxGeometry>
        </mxCell>
        <mxCell id="S-r8-f" value="name" style="shape=partialRectangle;connectable=0;fillColor=none;top=0;left=0;bottom=0;right=0;align=left;spacingLeft=6;overflow=hidden;whiteSpace=wrap;html=1;rounded=0;" parent="S-r8" vertex="1">
          <mxGeometry x="30" width="130" height="30" as="geometry">
            <mxRectangle width="130" height="30" as="alternateBounds" />
          </mxGeometry>
        </mxCell>

        <mxCell id="S-r9" value="" style="shape=tableRow;horizontal=0;startSize=0;swimlaneHead=0;swimlaneBody=0;fillColor=none;collapsible=0;dropTarget=0;points=[[0,0.5],[1,0.5]];portConstraint=eastwest;top=0;left=0;right=0;bottom=0;rounded=0;" parent="S0" vertex="1">
          <mxGeometry y="270" width="160" height="30" as="geometry" />
        </mxCell>
        <mxCell id="S-r9-k" value="" style="shape=partialRectangle;connectable=0;fillColor=none;top=0;left=0;bottom=0;right=0;editable=1;overflow=hidden;whiteSpace=wrap;html=1;rounded=0;" parent="S-r9" vertex="1">
          <mxGeometry width="30" height="30" as="geometry">
            <mxRectangle width="30" height="30" as="alternateBounds" />
          </mxGeometry>
        </mxCell>
        <mxCell id="S-r9-f" value="district_name" style="shape=partialRectangle;connectable=0;fillColor=none;top=0;left=0;bottom=0;right=0;align=left;spacingLeft=6;overflow=hidden;whiteSpace=wrap;html=1;rounded=0;" parent="S-r9" vertex="1">
          <mxGeometry x="30" width="130" height="30" as="geometry">
            <mxRectangle width="130" height="30" as="alternateBounds" />
          </mxGeometry>
        </mxCell>

        <mxCell id="S-r10" value="" style="shape=tableRow;horizontal=0;startSize=0;swimlaneHead=0;swimlaneBody=0;fillColor=none;collapsible=0;dropTarget=0;points=[[0,0.5],[1,0.5]];portConstraint=eastwest;top=0;left=0;right=0;bottom=0;rounded=0;" parent="S0" vertex="1">
          <mxGeometry y="300" width="160" height="30" as="geometry" />
        </mxCell>
        <mxCell id="S-r10-k" value="" style="shape=partialRectangle;connectable=0;fillColor=none;top=0;left=0;bottom=0;right=0;editable=1;overflow=hidden;whiteSpace=wrap;html=1;rounded=0;" parent="S-r10" vertex="1">
          <mxGeometry width="30" height="30" as="geometry">
            <mxRectangle width="30" height="30" as="alternateBounds" />
          </mxGeometry>
        </mxCell>
        <mxCell id="S-r10-f" value="city_type" style="shape=partialRectangle;connectable=0;fillColor=none;top=0;left=0;bottom=0;right=0;align=left;spacingLeft=6;overflow=hidden;whiteSpace=wrap;html=1;rounded=0;" parent="S-r10" vertex="1">
          <mxGeometry x="30" width="130" height="30" as="geometry">
            <mxRectangle width="130" height="30" as="alternateBounds" />
          </mxGeometry>
        </mxCell>

        <mxCell id="S-r11" value="" style="shape=tableRow;horizontal=0;startSize=0;swimlaneHead=0;swimlaneBody=0;fillColor=none;collapsible=0;dropTarget=0;points=[[0,0.5],[1,0.5]];portConstraint=eastwest;top=0;left=0;right=0;bottom=0;rounded=0;" parent="S0" vertex="1">
          <mxGeometry y="330" width="160" height="30" as="geometry" />
        </mxCell>
        <mxCell id="S-r11-k" value="" style="shape=partialRectangle;connectable=0;fillColor=none;top=0;left=0;bottom=0;right=0;editable=1;overflow=hidden;whiteSpace=wrap;html=1;rounded=0;" parent="S-r11" vertex="1">
          <mxGeometry width="30" height="30" as="geometry">
            <mxRectangle width="30" height="30" as="alternateBounds" />
          </mxGeometry>
        </mxCell>
        <mxCell id="S-r11-f" value="city_name" style="shape=partialRectangle;connectable=0;fillColor=none;top=0;left=0;bottom=0;right=0;align=left;spacingLeft=6;overflow=hidden;whiteSpace=wrap;html=1;rounded=0;" parent="S-r11" vertex="1">
          <mxGeometry x="30" width="130" height="30" as="geometry">
            <mxRectangle width="130" height="30" as="alternateBounds" />
          </mxGeometry>
        </mxCell>

        <mxCell id="S-r12" value="" style="shape=tableRow;horizontal=0;startSize=0;swimlaneHead=0;swimlaneBody=0;fillColor=none;collapsible=0;dropTarget=0;points=[[0,0.5],[1,0.5]];portConstraint=eastwest;top=0;left=0;right=0;bottom=0;rounded=0;" parent="S0" vertex="1">
          <mxGeometry y="360" width="160" height="30" as="geometry" />
        </mxCell>
        <mxCell id="S-r12-k" value="" style="shape=partialRectangle;connectable=0;fillColor=none;top=0;left=0;bottom=0;right=0;editable=1;overflow=hidden;whiteSpace=wrap;html=1;rounded=0;" parent="S-r12" vertex="1">
          <mxGeometry width="30" height="30" as="geometry">
            <mxRectangle width="30" height="30" as="alternateBounds" />
          </mxGeometry>
        </mxCell>
        <mxCell id="S-r12-f" value="province_name" style="shape=partialRectangle;connectable=0;fillColor=none;top=0;left=0;bottom=0;right=0;align=left;spacingLeft=6;overflow=hidden;whiteSpace=wrap;html=1;rounded=0;" parent="S-r12" vertex="1">
          <mxGeometry x="30" width="130" height="30" as="geometry">
            <mxRectangle width="130" height="30" as="alternateBounds" />
          </mxGeometry>
        </mxCell>

        <mxCell id="S-r13" value="" style="shape=tableRow;horizontal=0;startSize=0;swimlaneHead=0;swimlaneBody=0;fillColor=none;collapsible=0;dropTarget=0;points=[[0,0.5],[1,0.5]];portConstraint=eastwest;top=0;left=0;right=0;bottom=0;rounded=0;" parent="S0" vertex="1">
          <mxGeometry y="390" width="160" height="30" as="geometry" />
        </mxCell>
        <mxCell id="S-r13-k" value="" style="shape=partialRectangle;connectable=0;fillColor=none;top=0;left=0;bottom=0;right=0;editable=1;overflow=hidden;whiteSpace=wrap;html=1;rounded=0;" parent="S-r13" vertex="1">
          <mxGeometry width="30" height="30" as="geometry">
            <mxRectangle width="30" height="30" as="alternateBounds" />
          </mxGeometry>
        </mxCell>
        <mxCell id="S-r13-f" value="created_at" style="shape=partialRectangle;connectable=0;fillColor=none;top=0;left=0;bottom=0;right=0;align=left;spacingLeft=6;overflow=hidden;whiteSpace=wrap;html=1;rounded=0;" parent="S-r13" vertex="1">
          <mxGeometry x="30" width="130" height="30" as="geometry">
            <mxRectangle width="130" height="30" as="alternateBounds" />
          </mxGeometry>
        </mxCell>

        <mxCell id="S-r14" value="" style="shape=tableRow;horizontal=0;startSize=0;swimlaneHead=0;swimlaneBody=0;fillColor=none;collapsible=0;dropTarget=0;points=[[0,0.5],[1,0.5]];portConstraint=eastwest;top=0;left=0;right=0;bottom=0;rounded=0;" parent="S0" vertex="1">
          <mxGeometry y="420" width="160" height="30" as="geometry" />
        </mxCell>
        <mxCell id="S-r14-k" value="" style="shape=partialRectangle;connectable=0;fillColor=none;top=0;left=0;bottom=0;right=0;editable=1;overflow=hidden;whiteSpace=wrap;html=1;rounded=0;" parent="S-r14" vertex="1">
          <mxGeometry width="30" height="30" as="geometry">
            <mxRectangle width="30" height="30" as="alternateBounds" />
          </mxGeometry>
        </mxCell>
        <mxCell id="S-r14-f" value="updated_at" style="shape=partialRectangle;connectable=0;fillColor=none;top=0;left=0;bottom=0;right=0;align=left;spacingLeft=6;overflow=hidden;whiteSpace=wrap;html=1;rounded=0;" parent="S-r14" vertex="1">
          <mxGeometry x="30" width="130" height="30" as="geometry">
            <mxRectangle width="130" height="30" as="alternateBounds" />
          </mxGeometry>
+         </mxCell>
+ 
+         <mxCell id="D0" value="user_details" style="shape=table;startSize=30;container=1;collapsible=1;childLayout=tableLayout;fixedRows=1;rowLines=0;fontStyle=1;align=center;resizeLast=1;html=1;rounded=0;" parent="1" vertex="1">
+           <mxGeometry x="880" y="40" width="160" height="240" as="geometry" />
+         </mxCell>
+         <mxCell id="D-r1" value="" style="shape=tableRow;horizontal=0;startSize=0;swimlaneHead=0;swimlaneBody=0;fillColor=none;collapsible=0;dropTarget=0;points=[[0,0.5],[1,0.5]];portConstraint=eastwest;top=0;left=0;right=0;bottom=1;rounded=0;" parent="D0" vertex="1">
+           <mxGeometry y="30" width="160" height="30" as="geometry" />
+         </mxCell>
+         <mxCell id="D-r1-k" value="PK" style="shape=partialRectangle;connectable=0;fillColor=none;top=0;left=0;bottom=0;right=0;fontStyle=1;overflow=hidden;whiteSpace=wrap;html=1;rounded=0;" parent="D-r1" vertex="1">
+           <mxGeometry width="30" height="30" as="geometry">
+             <mxRectangle width="30" height="30" as="alternateBounds" />
+           </mxGeometry>
+         </mxCell>
+         <mxCell id="D-r1-f" value="id" style="shape=partialRectangle;connectable=0;fillColor=none;top=0;left=0;bottom=0;right=0;align=left;spacingLeft=6;fontStyle=5;overflow=hidden;whiteSpace=wrap;html=1;rounded=0;" parent="D-r1" vertex="1">
+           <mxGeometry x="30" width="130" height="30" as="geometry">
+             <mxRectangle width="130" height="30" as="alternateBounds" />
+           </mxGeometry>
+         </mxCell>
+ 
+         <mxCell id="D-r2" value="" style="shape=tableRow;horizontal=0;startSize=0;swimlaneHead=0;swimlaneBody=0;fillColor=none;collapsible=0;dropTarget=0;points=[[0,0.5],[1,0.5]];portConstraint=eastwest;top=0;left=0;right=0;bottom=0;rounded=0;" parent="D0" vertex="1">
+           <mxGeometry y="60" width="160" height="30" as="geometry" />
+         </mxCell>
+         <mxCell id="D-r2-k" value="" style="shape=partialRectangle;connectable=0;fillColor=none;top=0;left=0;bottom=0;right=0;editable=1;overflow=hidden;whiteSpace=wrap;html=1;rounded=0;" parent="D-r2" vertex="1">
+           <mxGeometry width="30" height="30" as="geometry">
+             <mxRectangle width="30" height="30" as="alternateBounds" />
+           </mxGeometry>
+         </mxCell>
+         <mxCell id="D-r2-f" value="nik" style="shape=partialRectangle;connectable=0;fillColor=none;top=0;left=0;bottom=0;right=0;align=left;spacingLeft=6;overflow=hidden;whiteSpace=wrap;html=1;rounded=0;" parent="D-r2" vertex="1">
+           <mxGeometry x="30" width="130" height="30" as="geometry">
+             <mxRectangle width="130" height="30" as="alternateBounds" />
+           </mxGeometry>
+         </mxCell>
+ 
+                 <mxCell id="D-r3" value="" style="shape=tableRow;horizontal=0;startSize=0;swimlaneHead=0;swimlaneBody=0;fillColor=none;collapsible=0;dropTarget=0;points=[[0,0.5],[1,0.5]];portConstraint=eastwest;top=0;left=0;right=0;bottom=0;rounded=0;" parent="D0" vertex="1">
+           <mxGeometry y="90" width="160" height="30" as="geometry" />
+         </mxCell>
+         <mxCell id="D-r3-k" value="" style="shape=partialRectangle;connectable=0;fillColor=none;top=0;left=0;bottom=0;right=0;editable=1;overflow=hidden;whiteSpace=wrap;html=1;rounded=0;" parent="D-r3" vertex="1">
+           <mxGeometry width="30" height="30" as="geometry">
+             <mxRectangle width="30" height="30" as="alternateBounds" />
+           </mxGeometry>
+         </mxCell>
+         <mxCell id="D-r3-f" value="birth_date" style="shape=partialRectangle;connectable=0;fillColor=none;top=0;left=0;bottom=0;right=0;align=left;spacingLeft=6;overflow=hidden;whiteSpace=wrap;html=1;rounded=0;" parent="D-r3" vertex="1">
+           <mxGeometry x="30" width="130" height="30" as="geometry">
+             <mxRectangle width="130" height="30" as="alternateBounds" />
+           </mxGeometry>
+         </mxCell>
+ 
+         <mxCell id="D-r4" value="" style="shape=tableRow;horizontal=0;startSize=0;swimlaneHead=0;swimlaneBody=0;fillColor=none;collapsible=0;dropTarget=0;points=[[0,0.5],[1,0.5]];portConstraint=eastwest;top=0;left=0;right=0;bottom=0;rounded=0;" parent="D0" vertex="1">
+           <mxGeometry y="120" width="160" height="30" as="geometry" />
+         </mxCell>
+         <mxCell id="D-r4-k" value="" style="shape=partialRectangle;connectable=0;fillColor=none;top=0;left=0;bottom=0;right=0;editable=1;overflow=hidden;whiteSpace=wrap;html=1;rounded=0;" parent="D-r4" vertex="1">
+           <mxGeometry width="30" height="30" as="geometry">
+             <mxRectangle width="30" height="30" as="alternateBounds" />
+           </mxGeometry>
+         </mxCell>
+         <mxCell id="D-r4-f" value="gender" style="shape=partialRectangle;connectable=0;fillColor=none;top=0;left=0;bottom=0;right=0;align=left;spacingLeft=6;overflow=hidden;whiteSpace=wrap;html=1;rounded=0;" parent="D-r4" vertex="1">
+           <mxGeometry x="30" width="130" height="30" as="geometry">
+             <mxRectangle width="130" height="30" as="alternateBounds" />
+           </mxGeometry>
+         </mxCell>
+ 
+         <mxCell id="D-r5" value="" style="shape=tableRow;horizontal=0;startSize=0;swimlaneHead=0;swimlaneBody=0;fillColor=none;collapsible=0;dropTarget=0;points=[[0,0.5],[1,0.5]];portConstraint=eastwest;top=0;left=0;right=0;bottom=0;rounded=0;" parent="D0" vertex="1">
+           <mxGeometry y="150" width="160" height="30" as="geometry" />
+         </mxCell>
+         <mxCell id="D-r5-k" value="" style="shape=partialRectangle;connectable=0;fillColor=none;top=0;left=0;bottom=0;right=0;editable=1;overflow=hidden;whiteSpace=wrap;html=1;rounded=0;" parent="D-r5" vertex="1">
+           <mxGeometry width="30" height="30" as="geometry">
+             <mxRectangle width="30" height="30" as="alternateBounds" />
+           </mxGeometry>
+         </mxCell>
+         <mxCell id="D-r5-f" value="ktp_photo" style="shape=partialRectangle;connectable=0;fillColor=none;top=0;left=0;bottom=0;right=0;align=left;spacingLeft=6;overflow=hidden;whiteSpace=wrap;html=1;rounded=0;" parent="D-r5" vertex="1">
+           <mxGeometry x="30" width="130" height="30" as="geometry">
+             <mxRectangle width="130" height="30" as="alternateBounds" />
+           </mxGeometry>
+         </mxCell>
+ 
+         <mxCell id="D-r6" value="" style="shape=tableRow;horizontal=0;startSize=0;swimlaneHead=0;swimlaneBody=0;fillColor=none;collapsible=0;dropTarget=0;points=[[0,0.5],[1,0.5]];portConstraint=eastwest;top=0;left=0;right=0;bottom=0;rounded=0;" parent="D0" vertex="1">
+           <mxGeometry y="180" width="160" height="30" as="geometry" />
+         </mxCell>
+         <mxCell id="D-r6-k" value="" style="shape=partialRectangle;connectable=0;fillColor=none;top=0;left=0;bottom=0;right=0;editable=1;overflow=hidden;whiteSpace=wrap;html=1;rounded=0;" parent="D-r6" vertex="1">
+           <mxGeometry width="30" height="30" as="geometry">
+             <mxRectangle width="30" height="30" as="alternateBounds" />
+           </mxGeometry>
+         </mxCell>
+         <mxCell id="D-r6-f" value="created_at" style="shape=partialRectangle;connectable=0;fillColor=none;top=0;left=0;bottom=0;right=0;align=left;spacingLeft=6;overflow=hidden;whiteSpace=wrap;html=1;rounded=0;" parent="D-r6" vertex="1">
+           <mxGeometry x="30" width="130" height="30" as="geometry">
+             <mxRectangle width="130" height="30" as="alternateBounds" />
+           </mxGeometry>
+         </mxCell>
+ 
+         <mxCell id="D-r7" value="" style="shape=tableRow;horizontal=0;startSize=0;swimlaneHead=0;swimlaneBody=0;fillColor=none;collapsible=0;dropTarget=0;points=[[0,0.5],[1,0.5]];portConstraint=eastwest;top=0;left=0;right=0;bottom=0;rounded=0;" parent="D0" vertex="1">
+           <mxGeometry y="210" width="160" height="30" as="geometry" />
+         </mxCell>
+         <mxCell id="D-r7-k" value="" style="shape=partialRectangle;connectable=0;fillColor=none;top=0;left=0;bottom=0;right=0;editable=1;overflow=hidden;whiteSpace=wrap;html=1;rounded=0;" parent="D-r7" vertex="1">
+           <mxGeometry width="30" height="30" as="geometry">
+             <mxRectangle width="30" height="30" as="alternateBounds" />
+           </mxGeometry>
+         </mxCell>
+         <mxCell id="D-r7-f" value="updated_at" style="shape=partialRectangle;connectable=0;fillColor=none;top=0;left=0;bottom=0;right=0;align=left;spacingLeft=6;overflow=hidden;whiteSpace=wrap;html=1;rounded=0;" parent="D-r7" vertex="1">
+           <mxGeometry x="30" width="130" height="30" as="geometry">
+             <mxRectangle width="130" height="30" as="alternateBounds" />
+           </mxGeometry>
+         </mxCell>
+ 
+         <mxCell id="E2" style="edgeStyle=entityRelationEdgeStyle;rounded=0;orthogonalLoop=1;jettySize=auto;html=1;" parent="1" source="D0" target="U0" edge="1">
+           <mxGeometry relative="1" as="geometry" />
        </mxCell>

      </root>
    </mxGraphModel>
  </diagram>
</mxfile>
